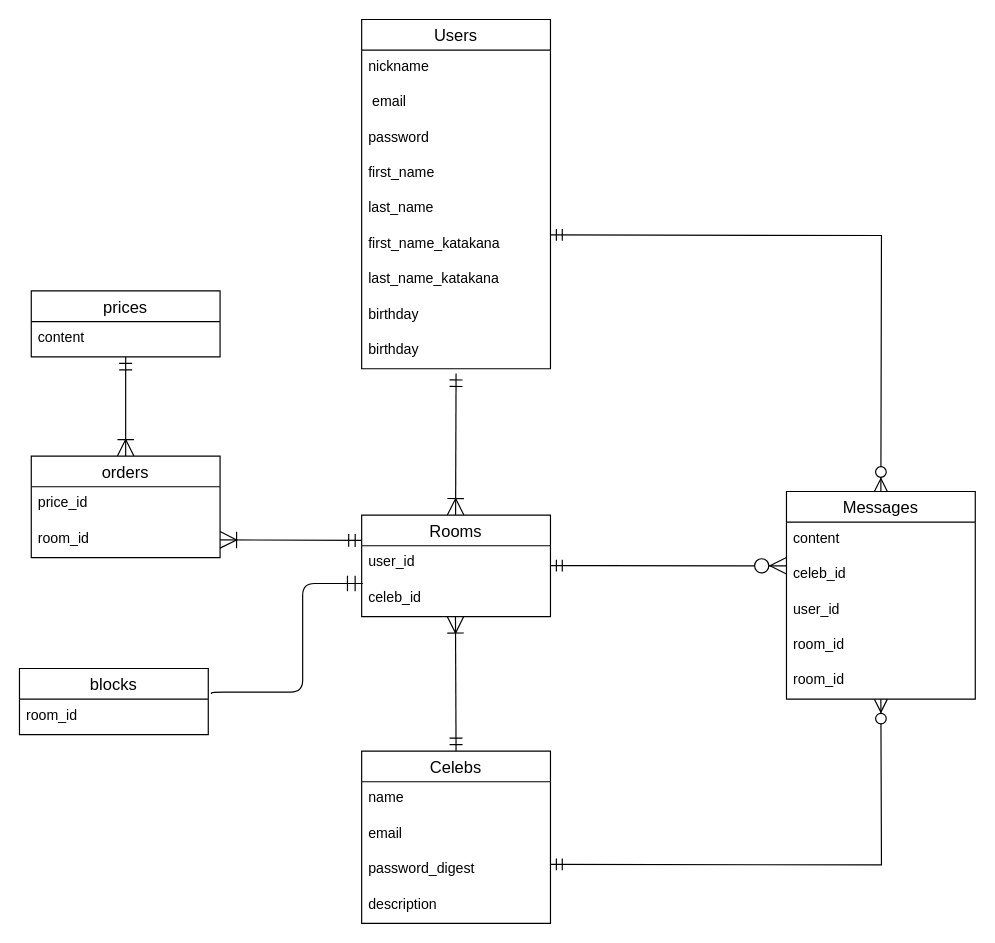
This is test.dio from soma1999/myapp, a draw.io file, before an edit. Source tidied: cells renumbered, new cells numbered last; positions are measured from the earlier drawing's top-left corner, leaving out a move shared by most shapes. Both pictures are drawn from the tidied source at 118%, with x=0, y=0 at pixel (19, 19).
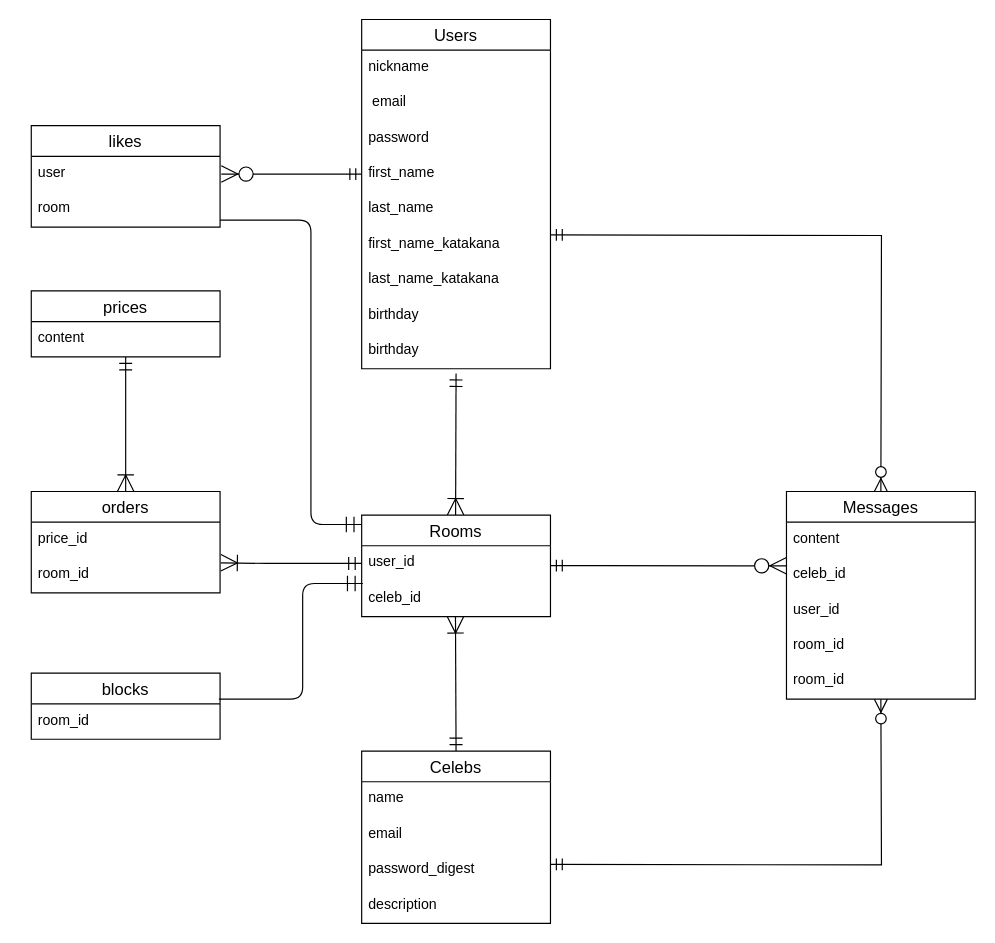
The same diagram, later.

Unchanged cells that the change refers to:
```xml
<mxCell id="2" value="Rooms" style="swimlane;fontStyle=0;horizontal=1;startSize=26;align=center;fontSize=14;" parent="1" vertex="1">
  <mxGeometry x="290" y="420" width="160" height="86" as="geometry" />
</mxCell>
<mxCell id="3" value="user_id" style="text;strokeColor=none;fillColor=none;spacingLeft=4;spacingRight=4;overflow=hidden;points=[[0,0.5],[1,0.5]];portConstraint=eastwest;fontSize=12;" parent="2" vertex="1">
  <mxGeometry y="26" width="160" height="30" as="geometry" />
</mxCell>
<mxCell id="9" value="first_name" style="text;strokeColor=none;fillColor=none;spacingLeft=4;spacingRight=4;overflow=hidden;points=[[0,0.5],[1,0.5]];portConstraint=eastwest;fontSize=12;" parent="5" vertex="1">
  <mxGeometry y="116" width="160" height="30" as="geometry" />
</mxCell>
<mxCell id="33" value="room_id" style="text;strokeColor=none;fillColor=none;spacingLeft=4;spacingRight=4;overflow=hidden;points=[[0,0.5],[1,0.5]];portConstraint=eastwest;fontSize=12;" parent="32" vertex="1">
  <mxGeometry y="26" width="160" height="30" as="geometry" />
</mxCell>
<mxCell id="37" value="room_id" style="text;strokeColor=none;fillColor=none;spacingLeft=4;spacingRight=4;overflow=hidden;points=[[0,0.5],[1,0.5]];portConstraint=eastwest;fontSize=12;" parent="35" vertex="1">
  <mxGeometry y="56" width="160" height="30" as="geometry" />
</mxCell>
```

Change to the diagram source:
```diff
@@
     <mxCell id="32" value="blocks" style="swimlane;fontStyle=0;horizontal=1;startSize=26;align=center;fontSize=14;" parent="1" vertex="1">
-      <mxGeometry y="550" width="160" height="56" as="geometry" />
+      <mxGeometry x="10" y="554" width="160" height="56" as="geometry" />
     </mxCell>
@@
-    <mxCell id="34" style="fontSize=12;html=1;endArrow=ERmandOne;entryX=0.006;entryY=1.067;entryDx=0;entryDy=0;entryPerimeter=0;endSize=11;edgeStyle=orthogonalEdgeStyle;exitX=1.017;exitY=-0.148;exitDx=0;exitDy=0;exitPerimeter=0;" parent="1" edge="1" source="33" target="3">
+    <mxCell id="34" style="fontSize=12;html=1;endArrow=ERmandOne;entryX=0.006;entryY=1.067;entryDx=0;entryDy=0;entryPerimeter=0;endSize=11;edgeStyle=orthogonalEdgeStyle;" parent="1" edge="1" target="3">
       <mxGeometry relative="1" as="geometry">
+        <mxPoint x="169" y="576" as="sourcePoint" />
         <Array as="points">
-          <mxPoint x="163" y="570" />
-          <mxPoint x="240" y="570" />
+          <mxPoint x="240" y="576" />
           <mxPoint x="240" y="478" />
         </Array>
       </mxGeometry>
     </mxCell>
     <mxCell id="35" value="orders" style="swimlane;fontStyle=0;horizontal=1;startSize=26;align=center;fontSize=14;" parent="1" vertex="1">
-      <mxGeometry x="10" y="370" width="160" height="86" as="geometry" />
+      <mxGeometry x="10" y="400" width="160" height="86" as="geometry" />
     </mxCell>
@@
-    <mxCell id="38" style="fontSize=12;html=1;endArrow=ERoneToMany;startArrow=ERmandOne;rounded=0;endSize=12;startSize=9;exitX=0;exitY=0.25;exitDx=0;exitDy=0;entryX=1;entryY=0.5;entryDx=0;entryDy=0;" parent="1" edge="1" source="2" target="37">
-      <mxGeometry relative="1" as="geometry" />
+    <mxCell id="38" style="fontSize=12;html=1;endArrow=ERoneToMany;startArrow=ERmandOne;rounded=0;endSize=12;startSize=9;entryX=1.004;entryY=0.148;entryDx=0;entryDy=0;entryPerimeter=0;exitX=0;exitY=0.5;exitDx=0;exitDy=0;" parent="1" edge="1" source="3" target="37">
+      <mxGeometry relative="1" as="geometry">
+        <Array as="points">
+          <mxPoint x="210" y="461" />
+        </Array>
+      </mxGeometry>
     </mxCell>
@@
+    <mxCell id="42" value="likes" style="swimlane;fontStyle=0;horizontal=1;startSize=26;align=center;fontSize=14;" parent="1" vertex="1">
+      <mxGeometry x="10" y="90" width="160" height="86" as="geometry" />
+    </mxCell>
+    <mxCell id="43" value="user" style="text;strokeColor=none;fillColor=none;spacingLeft=4;spacingRight=4;overflow=hidden;fontSize=12;" parent="42" vertex="1">
+      <mxGeometry y="26" width="160" height="30" as="geometry" />
+    </mxCell>
+    <mxCell id="44" value="room" style="text;strokeColor=none;fillColor=none;spacingLeft=4;spacingRight=4;overflow=hidden;fontSize=12;" parent="42" vertex="1">
+      <mxGeometry y="56" width="160" height="30" as="geometry" />
+    </mxCell>
+    <mxCell id="45" style="fontSize=12;html=1;endArrow=ERmandOne;endSize=11;edgeStyle=orthogonalEdgeStyle;" parent="1" edge="1">
+      <mxGeometry relative="1" as="geometry">
+        <mxPoint x="170" y="170" as="sourcePoint" />
+        <mxPoint x="290" y="428" as="targetPoint" />
+        <Array as="points">
+          <mxPoint x="247" y="170" />
+          <mxPoint x="247" y="428" />
+        </Array>
+      </mxGeometry>
+    </mxCell>
+    <mxCell id="46" style="fontSize=12;html=1;endArrow=ERzeroToMany;startArrow=ERmandOne;endSize=12;startSize=8;exitX=0;exitY=0.5;exitDx=0;exitDy=0;" parent="1" edge="1" source="9">
+      <mxGeometry relative="1" as="geometry">
+        <mxPoint x="171" y="131" as="targetPoint" />
+        <Array as="points">
+          <mxPoint x="220" y="131" />
+        </Array>
+      </mxGeometry>
+    </mxCell>
```
